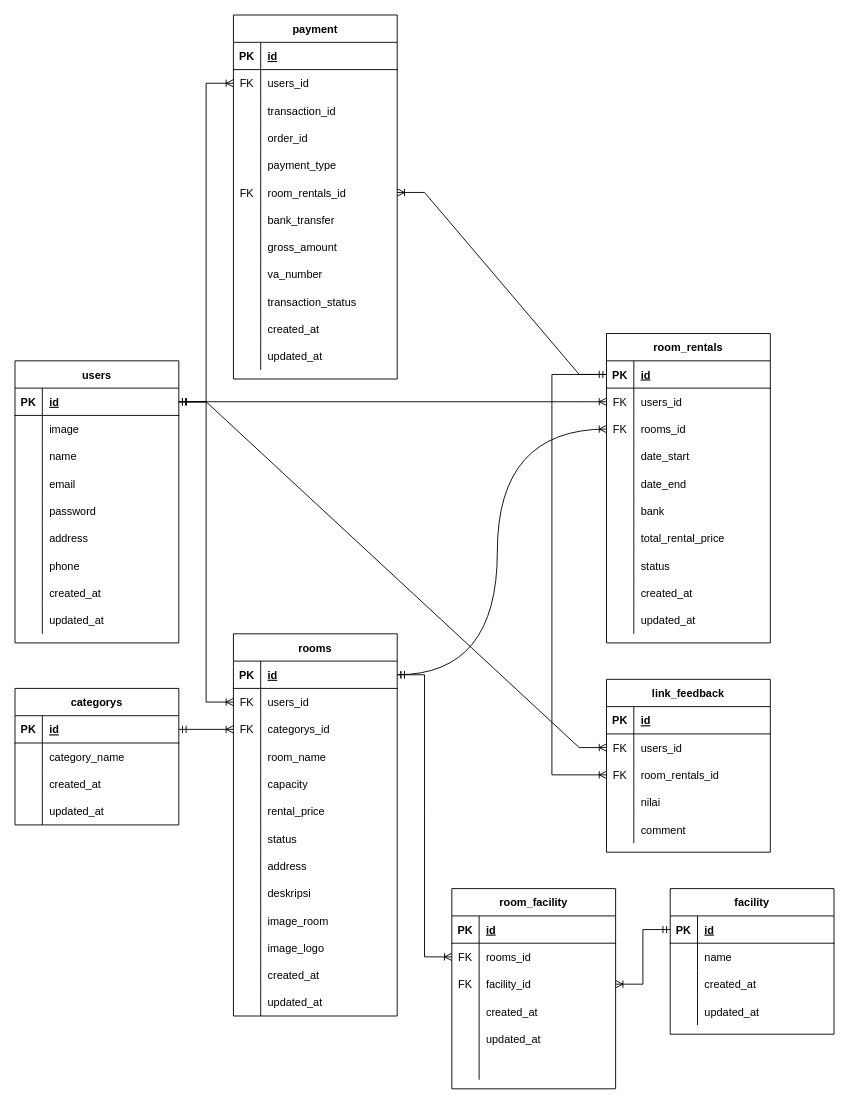
The draw.io diagram erd/ERD-MNroom.drawio in Capstone-MNRoom/Capstone-MNRoom-BE, before the edit. Source tidied: cells renumbered, new cells numbered last; positions are measured from the earlier drawing's top-left corner, leaving out a move shared by most shapes. Both pictures are drawn from the tidied source at 91%, with x=0, y=0 at pixel (15, 15).
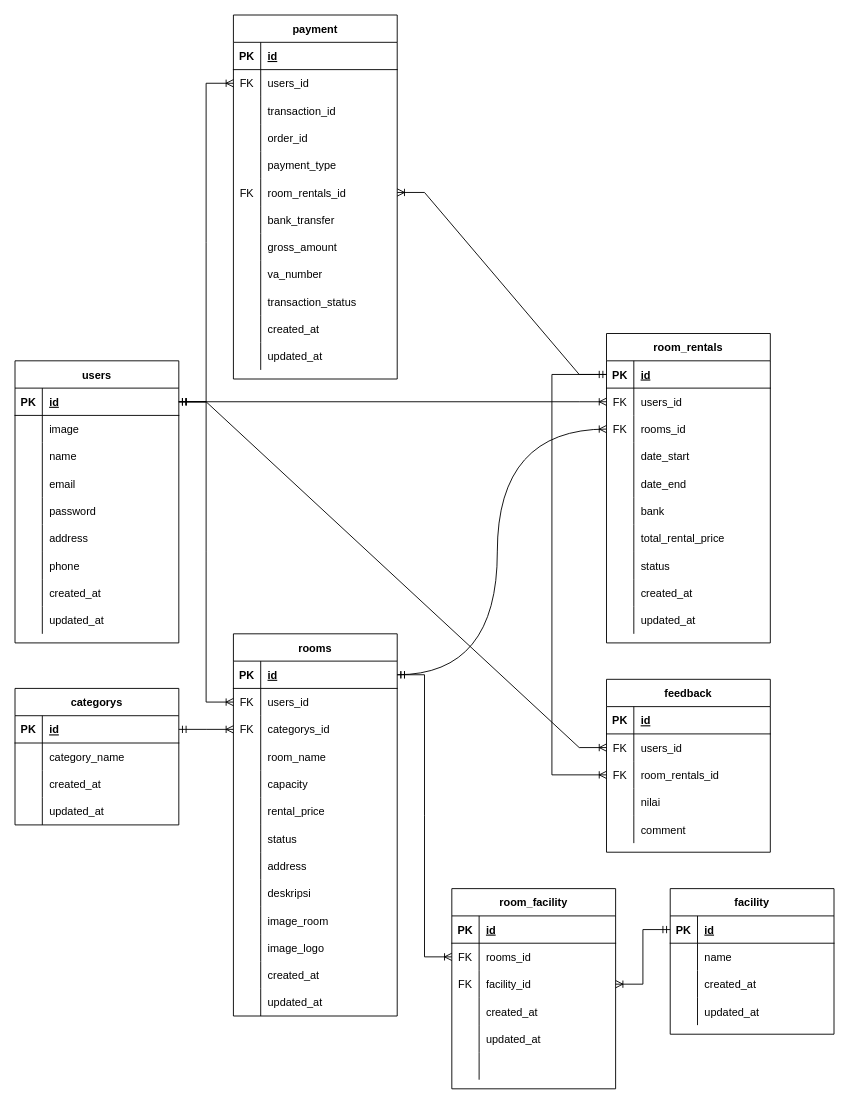
Above is the later version.

Commit message (it also covers changes not shown here):
fixing erd & add rent open-api

Diff of the diagram source:
```diff
@@
-    <mxCell id="164" value="link_feedback" style="shape=table;startSize=30;childLayout=tableLayout;rowLines=0;fontStyle=1;align=center;" parent="1" vertex="1">
+    <mxCell id="164" value="feedback" style="shape=table;startSize=30;childLayout=tableLayout;rowLines=0;fontStyle=1;align=center;" parent="1" vertex="1">
       <mxGeometry x="650" y="730" width="180" height="190" as="geometry" />
     </mxCell>
```
